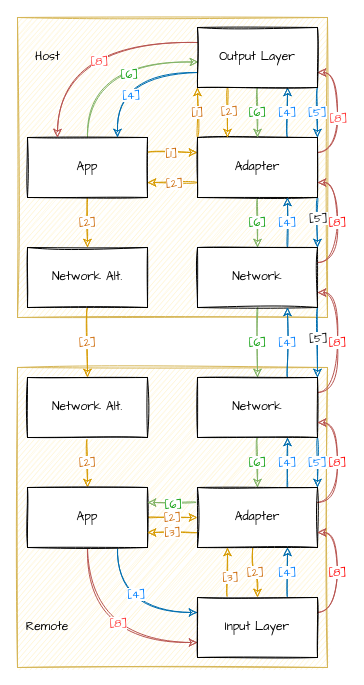
loreanvictor/observables-over-boundary keeps this draw.io diagram as protocol.drawio. Above is the earlier version. Source tidied: cells renumbered, new cells numbered last; positions are measured from the earlier drawing's top-left corner, leaving out a move shared by most shapes. Both pictures are drawn from the tidied source at 100%, with x=0, y=0 at pixel (17, 17).
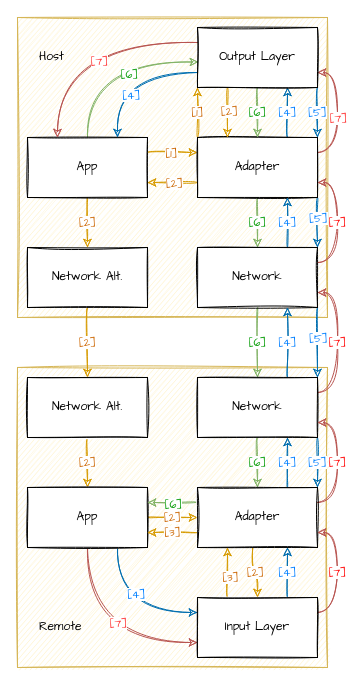
Above is the later version.

The change refers to these unchanged cells:
```xml
<mxCell id="15" style="edgeStyle=orthogonalEdgeStyle;jettySize=auto;html=1;exitX=1;exitY=1;exitDx=0;exitDy=0;entryX=1;entryY=0;entryDx=0;entryDy=0;curved=1;sketch=1;fillColor=#1ba1e2;strokeColor=#006EAF;fontFamily=Comic Sans MS;fontColor=#007FFF;" parent="1" edge="1" source="20" target="37">
  <mxGeometry relative="1" as="geometry" />
</mxCell>
<mxCell id="18" style="edgeStyle=orthogonalEdgeStyle;jettySize=auto;html=1;exitX=1;exitY=0.25;exitDx=0;exitDy=0;entryX=1;entryY=0.75;entryDx=0;entryDy=0;curved=1;sketch=1;fontFamily=Comic Sans MS;fillColor=#f8cecc;strokeColor=#b85450;fontColor=#FF0000;" parent="1" edge="1" source="20" target="29">
  <mxGeometry relative="1" as="geometry" />
</mxCell>
<mxCell id="20" value="Adapter" style="whiteSpace=wrap;html=1;sketch=1;fontFamily=Comic Sans MS;" parent="1" vertex="1">
  <mxGeometry x="180" y="120" width="120" height="60" as="geometry" />
</mxCell>
<mxCell id="25" style="edgeStyle=orthogonalEdgeStyle;jettySize=auto;html=1;exitX=0;exitY=0.25;exitDx=0;exitDy=0;entryX=0.25;entryY=0;entryDx=0;entryDy=0;curved=1;sketch=1;fontFamily=Comic Sans MS;fillColor=#f8cecc;strokeColor=#b85450;fontColor=#FF0000;" parent="1" edge="1" source="29" target="10">
  <mxGeometry relative="1" as="geometry" />
</mxCell>
<mxCell id="33" style="edgeStyle=orthogonalEdgeStyle;jettySize=auto;html=1;exitX=1;exitY=1;exitDx=0;exitDy=0;entryX=1;entryY=0;entryDx=0;entryDy=0;curved=1;sketch=1;fillColor=#1ba1e2;strokeColor=#006EAF;fontFamily=Comic Sans MS;fontColor=#007FFF;" parent="1" edge="1" source="37" target="52">
  <mxGeometry relative="1" as="geometry" />
</mxCell>
<mxCell id="37" value="Network" style="whiteSpace=wrap;html=1;sketch=1;fontFamily=Comic Sans MS;" parent="1" vertex="1">
  <mxGeometry x="180" y="230" width="120" height="60" as="geometry" />
</mxCell>
<mxCell id="45" style="edgeStyle=orthogonalEdgeStyle;jettySize=auto;html=1;exitX=0.5;exitY=1;exitDx=0;exitDy=0;entryX=0;entryY=0.75;entryDx=0;entryDy=0;curved=1;sketch=1;fontFamily=Comic Sans MS;fillColor=#f8cecc;strokeColor=#b85450;fontColor=#FF3333;" parent="1" edge="1" source="47" target="64">
  <mxGeometry relative="1" as="geometry" />
</mxCell>
<mxCell id="52" value="Network" style="whiteSpace=wrap;html=1;sketch=1;fontFamily=Comic Sans MS;" parent="1" vertex="1">
  <mxGeometry x="180" y="360" width="120" height="60" as="geometry" />
</mxCell>
<mxCell id="59" value="Adapter" style="whiteSpace=wrap;html=1;sketch=1;fontFamily=Comic Sans MS;" parent="1" vertex="1">
  <mxGeometry x="180" y="470" width="120" height="60" as="geometry" />
</mxCell>
<mxCell id="64" value="Input Layer" style="whiteSpace=wrap;html=1;sketch=1;fontFamily=Comic Sans MS;" parent="1" vertex="1">
  <mxGeometry x="180" y="580" width="120" height="60" as="geometry" />
</mxCell>
```

The edit, as a diff of the source:
```diff
@@
-    <mxCell id="16" value="[5]" style="edgeLabel;html=1;align=center;verticalAlign=middle;sketch=1;fontFamily=Comic Sans MS;" parent="15" vertex="1">
+    <mxCell id="16" value="[5]" style="edgeLabel;html=1;align=center;verticalAlign=middle;sketch=1;fontFamily=Comic Sans MS;fontColor=#007FFF;" parent="15" vertex="1">
       <mxGeometry x="-0.48" y="-1" relative="1" as="geometry">
         <mxPoint x="1" y="7.1" as="offset" />
       </mxGeometry>
     </mxCell>
@@
-    <mxCell id="19" value="[8]" style="edgeLabel;html=1;align=center;verticalAlign=middle;sketch=1;fontFamily=Comic Sans MS;fontColor=#FF3333;" parent="18" vertex="1">
+    <mxCell id="19" value="[7]" style="edgeLabel;html=1;align=center;verticalAlign=middle;sketch=1;fontFamily=Comic Sans MS;fontColor=#FF3333;" parent="18" vertex="1">
       <mxGeometry x="-0.09" relative="1" as="geometry" />
     </mxCell>
@@
-    <mxCell id="26" value="[8]" style="edgeLabel;html=1;align=center;verticalAlign=middle;sketch=1;fontFamily=Comic Sans MS;fontColor=#FF3333;" parent="25" vertex="1">
+    <mxCell id="26" value="[7]" style="edgeLabel;html=1;align=center;verticalAlign=middle;sketch=1;fontFamily=Comic Sans MS;fontColor=#FF3333;" parent="25" vertex="1">
       <mxGeometry x="-0.16" y="18" relative="1" as="geometry" />
     </mxCell>
@@
-    <mxCell id="34" value="[5]" style="edgeLabel;html=1;align=center;verticalAlign=middle;sketch=1;fontFamily=Comic Sans MS;" parent="33" vertex="1">
+    <mxCell id="34" value="[5]" style="edgeLabel;html=1;align=center;verticalAlign=middle;sketch=1;fontFamily=Comic Sans MS;fontColor=#007FFF;" parent="33" vertex="1">
       <mxGeometry x="0.25" relative="1" as="geometry">
         <mxPoint y="-13.8" as="offset" />
       </mxGeometry>
     </mxCell>
@@
-    <mxCell id="36" value="[8]" style="edgeStyle=orthogonalEdgeStyle;jettySize=auto;html=1;exitX=1;exitY=0.25;exitDx=0;exitDy=0;entryX=1;entryY=0.75;entryDx=0;entryDy=0;curved=1;sketch=1;fontFamily=Comic Sans MS;fillColor=#f8cecc;strokeColor=#b85450;fontColor=#FF0000;" parent="1" edge="1" source="37" target="20">
+    <mxCell id="36" value="[7]" style="edgeStyle=orthogonalEdgeStyle;jettySize=auto;html=1;exitX=1;exitY=0.25;exitDx=0;exitDy=0;entryX=1;entryY=0.75;entryDx=0;entryDy=0;curved=1;sketch=1;fontFamily=Comic Sans MS;fillColor=#f8cecc;strokeColor=#b85450;fontColor=#FF0000;" parent="1" edge="1" source="37" target="20">
       <mxGeometry relative="1" as="geometry" />
     </mxCell>
@@
-    <mxCell id="38" value="Host" style="text;html=1;align=center;verticalAlign=middle;sketch=1;fontFamily=Comic Sans MS;" parent="1" vertex="1">
-      <mxGeometry x="10" y="30" width="40" height="20" as="geometry" />
+    <mxCell id="38" value="Host" style="text;html=1;align=left;verticalAlign=middle;sketch=1;fontFamily=Comic Sans MS;" parent="1" vertex="1">
+      <mxGeometry x="20" y="30" width="40" height="20" as="geometry" />
     </mxCell>
-    <mxCell id="39" value="Remote" style="text;html=1;strokeColor=none;fillColor=none;align=center;verticalAlign=middle;whiteSpace=wrap;sketch=1;fontFamily=Comic Sans MS;" parent="1" vertex="1">
-      <mxGeometry x="10" y="600" width="40" height="20" as="geometry" />
+    <mxCell id="39" value="Remote" style="text;html=1;strokeColor=none;fillColor=none;align=left;verticalAlign=middle;whiteSpace=wrap;sketch=1;fontFamily=Comic Sans MS;" parent="1" vertex="1">
+      <mxGeometry x="20" y="600" width="40" height="20" as="geometry" />
     </mxCell>
@@
-    <mxCell id="46" value="[8]" style="edgeLabel;html=1;align=center;verticalAlign=middle;sketch=1;fontFamily=Comic Sans MS;fontColor=#FF3333;" parent="45" vertex="1">
+    <mxCell id="46" value="[7]" style="edgeLabel;html=1;align=center;verticalAlign=middle;sketch=1;fontFamily=Comic Sans MS;fontColor=#FF3333;" parent="45" vertex="1">
       <mxGeometry x="0.22" y="20" relative="1" as="geometry" />
     </mxCell>
@@
-    <mxCell id="51" value="[8]" style="edgeStyle=orthogonalEdgeStyle;jettySize=auto;html=1;exitX=1;exitY=0.25;exitDx=0;exitDy=0;entryX=1;entryY=0.75;entryDx=0;entryDy=0;curved=1;sketch=1;fontFamily=Comic Sans MS;fillColor=#f8cecc;strokeColor=#b85450;fontColor=#FF0000;" parent="1" edge="1" source="52" target="37">
+    <mxCell id="51" value="[7]" style="edgeStyle=orthogonalEdgeStyle;jettySize=auto;html=1;exitX=1;exitY=0.25;exitDx=0;exitDy=0;entryX=1;entryY=0.75;entryDx=0;entryDy=0;curved=1;sketch=1;fontFamily=Comic Sans MS;fillColor=#f8cecc;strokeColor=#b85450;fontColor=#FF0000;" parent="1" edge="1" source="52" target="37">
       <mxGeometry relative="1" as="geometry" />
     </mxCell>
@@
-    <mxCell id="58" value="[8]" style="edgeStyle=orthogonalEdgeStyle;jettySize=auto;html=1;exitX=1;exitY=0.25;exitDx=0;exitDy=0;entryX=1;entryY=0.75;entryDx=0;entryDy=0;curved=1;sketch=1;fontFamily=Comic Sans MS;fillColor=#f8cecc;strokeColor=#b85450;fontColor=#FF0000;" parent="1" edge="1" source="59" target="52">
+    <mxCell id="58" value="[7]" style="edgeStyle=orthogonalEdgeStyle;jettySize=auto;html=1;exitX=1;exitY=0.25;exitDx=0;exitDy=0;entryX=1;entryY=0.75;entryDx=0;entryDy=0;curved=1;sketch=1;fontFamily=Comic Sans MS;fillColor=#f8cecc;strokeColor=#b85450;fontColor=#FF0000;" parent="1" edge="1" source="59" target="52">
       <mxGeometry relative="1" as="geometry" />
     </mxCell>
@@
-    <mxCell id="63" value="[8]" style="edgeStyle=orthogonalEdgeStyle;curved=1;rounded=1;jettySize=auto;html=1;exitX=1;exitY=0.25;exitDx=0;exitDy=0;entryX=1;entryY=0.75;entryDx=0;entryDy=0;sketch=1;fontFamily=Comic Sans MS;fillColor=#f8cecc;strokeColor=#b85450;fontColor=#FF0000;" parent="1" edge="1" source="64" target="59">
+    <mxCell id="63" value="[7]" style="edgeStyle=orthogonalEdgeStyle;curved=1;rounded=1;jettySize=auto;html=1;exitX=1;exitY=0.25;exitDx=0;exitDy=0;entryX=1;entryY=0.75;entryDx=0;entryDy=0;sketch=1;fontFamily=Comic Sans MS;fillColor=#f8cecc;strokeColor=#b85450;fontColor=#FF0000;" parent="1" edge="1" source="64" target="59">
       <mxGeometry relative="1" as="geometry" />
     </mxCell>
```
